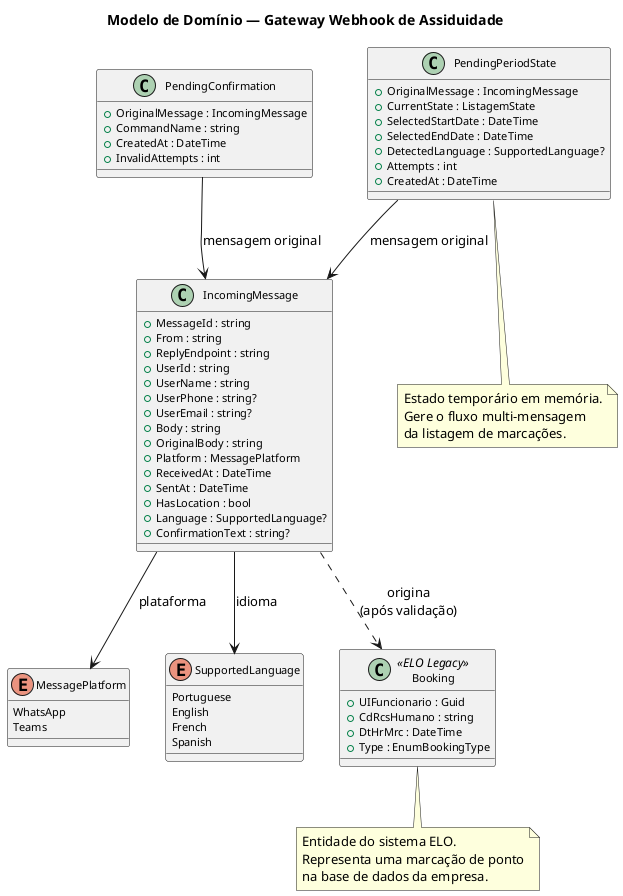
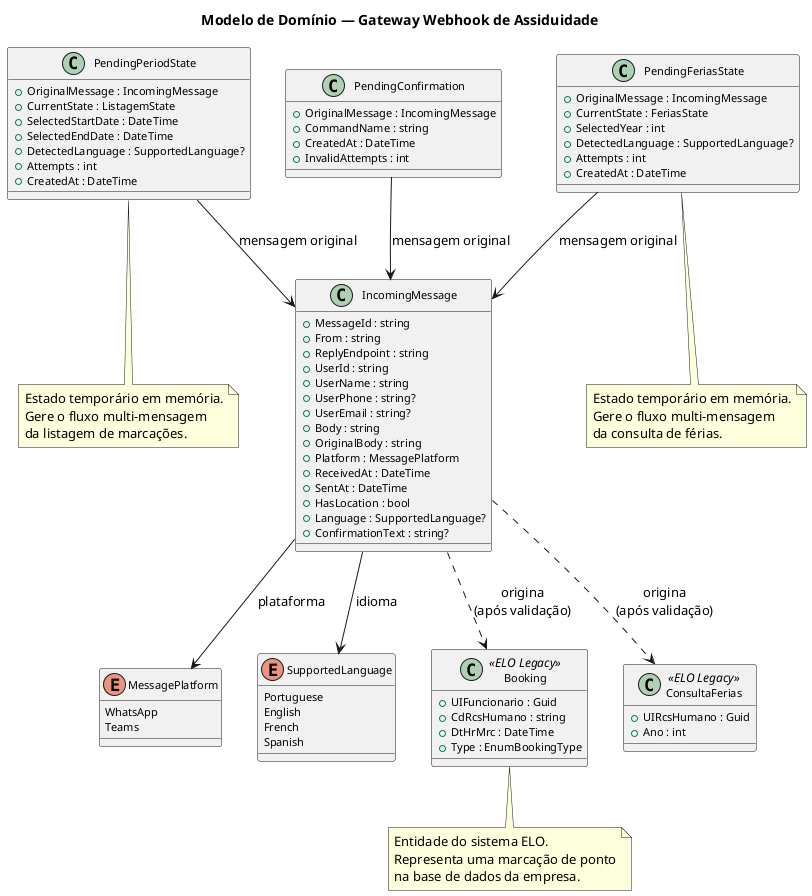
@startuml modelo_dominio
skinparam backgroundColor #FFFFFF
skinparam shadowing false
skinparam defaultFontName "Segoe UI"
skinparam classFontSize 12
skinparam classAttributeFontSize 11

title Modelo de Domínio — Gateway Webhook de Assiduidade

' ─── Enumerações ──────────────────────────────────────────
enum MessagePlatform {
    WhatsApp
    Teams
}

enum SupportedLanguage {
    Portuguese
    English
    French
    Spanish
}

' ─── Classes de Domínio ───────────────────────────────────
class IncomingMessage {
    + MessageId : string
    + From : string
    + ReplyEndpoint : string
    + UserId : string
    + UserName : string
    + UserPhone : string?
    + UserEmail : string?
    + Body : string
    + OriginalBody : string
    + Platform : MessagePlatform
    + ReceivedAt : DateTime
    + SentAt : DateTime
    + HasLocation : bool
    + Language : SupportedLanguage?
    + ConfirmationText : string?
}

class PendingConfirmation {
    + OriginalMessage : IncomingMessage
    + CommandName : string
    + CreatedAt : DateTime
    + InvalidAttempts : int
}

class PendingPeriodState {
    + OriginalMessage : IncomingMessage
    + CurrentState : ListagemState
    + SelectedStartDate : DateTime
    + SelectedEndDate : DateTime
    + DetectedLanguage : SupportedLanguage?
    + Attempts : int
    + CreatedAt : DateTime
}

class Booking <<ELO Legacy>> {
    + UIFuncionario : Guid
    + CdRcsHumano : string
    + DtHrMrc : DateTime
    + Type : EnumBookingType
}

' ─── Relações ─────────────────────────────────────────────
IncomingMessage --> MessagePlatform : plataforma
IncomingMessage --> SupportedLanguage : idioma

PendingConfirmation --> IncomingMessage : mensagem original
PendingPeriodState --> IncomingMessage : mensagem original

IncomingMessage ..> Booking : origina\n(após validação)
+ IncomingMessage ..> ConsultaFerias : origina\n(após validação)
+ 
+ class PendingFeriasState {
+     + OriginalMessage : IncomingMessage
+     + CurrentState : FeriasState
+     + SelectedYear : int
+     + DetectedLanguage : SupportedLanguage?
+     + Attempts : int
+     + CreatedAt : DateTime
+ }
+ 
+ class ConsultaFerias <<ELO Legacy>> {
+     + UIRcsHumano : Guid
+     + Ano : int
+ }
+ 
+ PendingFeriasState --> IncomingMessage : mensagem original

note bottom of Booking
  Entidade do sistema ELO.
  Representa uma marcação de ponto
  na base de dados da empresa.
end note

note bottom of PendingPeriodState
  Estado temporário em memória.
  Gere o fluxo multi-mensagem
  da listagem de marcações.
end note

+ note bottom of PendingFeriasState
+   Estado temporário em memória.
+   Gere o fluxo multi-mensagem
+   da consulta de férias.
+ end note
+ 
@enduml
